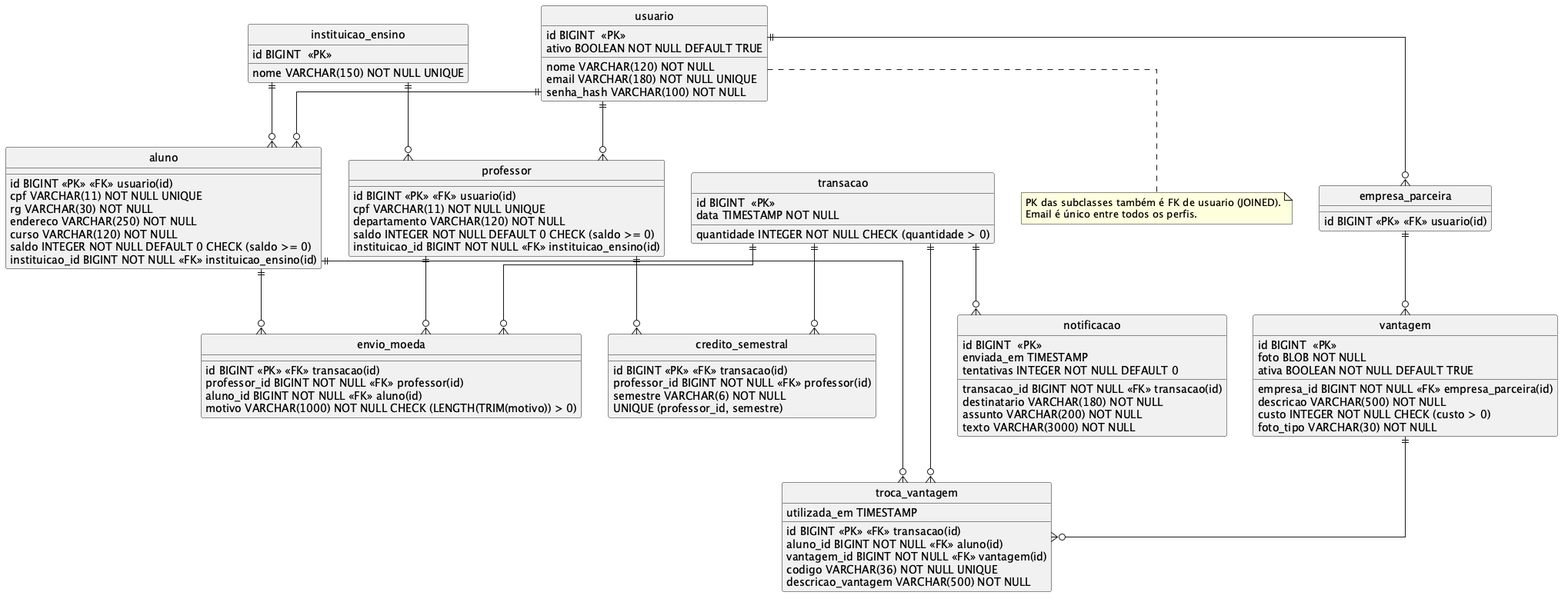
Earlier version of the PlantUML export docs/diagramas/modelo_er.png (lucasnmc12/lab03-moeda-estudantil). Source of this version:
```plantuml
@startuml modelo_er
hide circle
skinparam linetype ortho
skinparam shadowing false
entity instituicao_ensino {
  id BIGINT  <<PK>>
  nome VARCHAR(150) NOT NULL UNIQUE
}
entity usuario {
  id BIGINT  <<PK>>
  nome VARCHAR(120) NOT NULL
  email VARCHAR(180) NOT NULL UNIQUE
  senha_hash VARCHAR(100) NOT NULL
  ativo BOOLEAN NOT NULL DEFAULT TRUE
}
entity aluno {
  id BIGINT <<PK>> <<FK>> usuario(id)
  cpf VARCHAR(11) NOT NULL UNIQUE
  rg VARCHAR(30) NOT NULL
  endereco VARCHAR(250) NOT NULL
  curso VARCHAR(120) NOT NULL
  saldo INTEGER NOT NULL DEFAULT 0 CHECK (saldo >= 0)
  instituicao_id BIGINT NOT NULL <<FK>> instituicao_ensino(id)
}
usuario ||--o{ aluno
instituicao_ensino ||--o{ aluno
entity professor {
  id BIGINT <<PK>> <<FK>> usuario(id)
  cpf VARCHAR(11) NOT NULL UNIQUE
  departamento VARCHAR(120) NOT NULL
  saldo INTEGER NOT NULL DEFAULT 0 CHECK (saldo >= 0)
  instituicao_id BIGINT NOT NULL <<FK>> instituicao_ensino(id)
}
usuario ||--o{ professor
instituicao_ensino ||--o{ professor
entity empresa_parceira {
  id BIGINT <<PK>> <<FK>> usuario(id)
}
usuario ||--o{ empresa_parceira
entity vantagem {
  id BIGINT  <<PK>>
  empresa_id BIGINT NOT NULL <<FK>> empresa_parceira(id)
  descricao VARCHAR(500) NOT NULL
  custo INTEGER NOT NULL CHECK (custo > 0)
  foto BLOB NOT NULL
  foto_tipo VARCHAR(30) NOT NULL
  ativa BOOLEAN NOT NULL DEFAULT TRUE
}
empresa_parceira ||--o{ vantagem
entity transacao {
  id BIGINT  <<PK>>
  data TIMESTAMP NOT NULL
  quantidade INTEGER NOT NULL CHECK (quantidade > 0)
}
entity envio_moeda {
  id BIGINT <<PK>> <<FK>> transacao(id)
  professor_id BIGINT NOT NULL <<FK>> professor(id)
  aluno_id BIGINT NOT NULL <<FK>> aluno(id)
  motivo VARCHAR(1000) NOT NULL CHECK (LENGTH(TRIM(motivo)) > 0)
}
transacao ||--o{ envio_moeda
professor ||--o{ envio_moeda
aluno ||--o{ envio_moeda
entity troca_vantagem {
  id BIGINT <<PK>> <<FK>> transacao(id)
  aluno_id BIGINT NOT NULL <<FK>> aluno(id)
  vantagem_id BIGINT NOT NULL <<FK>> vantagem(id)
  codigo VARCHAR(36) NOT NULL UNIQUE
  descricao_vantagem VARCHAR(500) NOT NULL
  utilizada_em TIMESTAMP
}
transacao ||--o{ troca_vantagem
aluno ||--o{ troca_vantagem
vantagem ||--o{ troca_vantagem
entity credito_semestral {
  id BIGINT <<PK>> <<FK>> transacao(id)
  professor_id BIGINT NOT NULL <<FK>> professor(id)
  semestre VARCHAR(6) NOT NULL
  UNIQUE (professor_id, semestre)
}
transacao ||--o{ credito_semestral
professor ||--o{ credito_semestral
entity notificacao {
  id BIGINT  <<PK>>
  transacao_id BIGINT NOT NULL <<FK>> transacao(id)
  destinatario VARCHAR(180) NOT NULL
  assunto VARCHAR(200) NOT NULL
  texto VARCHAR(3000) NOT NULL
  enviada_em TIMESTAMP
  tentativas INTEGER NOT NULL DEFAULT 0
}
transacao ||--o{ notificacao
note bottom of usuario
PK das subclasses também é FK de usuario (JOINED).
Email é único entre todos os perfis.
end note
@enduml
```
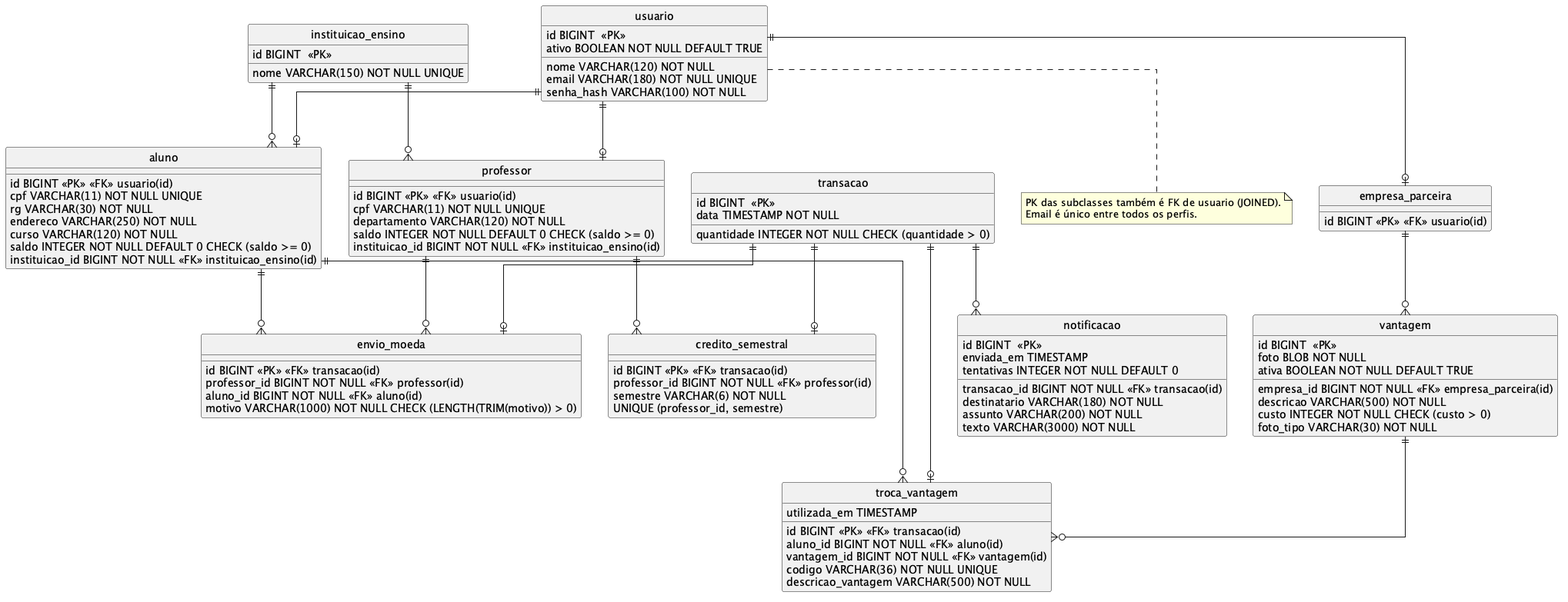
Later version of the same file.

The edit, as a diff of the source:
```diff
@@ -22,7 +22,7 @@
   saldo INTEGER NOT NULL DEFAULT 0 CHECK (saldo >= 0)
   instituicao_id BIGINT NOT NULL <<FK>> instituicao_ensino(id)
 }
-usuario ||--o{ aluno
+usuario ||--o| aluno
 instituicao_ensino ||--o{ aluno
 entity professor {
   id BIGINT <<PK>> <<FK>> usuario(id)
@@ -31,12 +31,12 @@
   saldo INTEGER NOT NULL DEFAULT 0 CHECK (saldo >= 0)
   instituicao_id BIGINT NOT NULL <<FK>> instituicao_ensino(id)
 }
-usuario ||--o{ professor
+usuario ||--o| professor
 instituicao_ensino ||--o{ professor
 entity empresa_parceira {
   id BIGINT <<PK>> <<FK>> usuario(id)
 }
-usuario ||--o{ empresa_parceira
+usuario ||--o| empresa_parceira
 entity vantagem {
   id BIGINT  <<PK>>
   empresa_id BIGINT NOT NULL <<FK>> empresa_parceira(id)
@@ -58,7 +58,7 @@
   aluno_id BIGINT NOT NULL <<FK>> aluno(id)
   motivo VARCHAR(1000) NOT NULL CHECK (LENGTH(TRIM(motivo)) > 0)
 }
-transacao ||--o{ envio_moeda
+transacao ||--o| envio_moeda
 professor ||--o{ envio_moeda
 aluno ||--o{ envio_moeda
 entity troca_vantagem {
@@ -69,7 +69,7 @@
   descricao_vantagem VARCHAR(500) NOT NULL
   utilizada_em TIMESTAMP
 }
-transacao ||--o{ troca_vantagem
+transacao ||--o| troca_vantagem
 aluno ||--o{ troca_vantagem
 vantagem ||--o{ troca_vantagem
 entity credito_semestral {
@@ -78,7 +78,7 @@
   semestre VARCHAR(6) NOT NULL
   UNIQUE (professor_id, semestre)
 }
-transacao ||--o{ credito_semestral
+transacao ||--o| credito_semestral
 professor ||--o{ credito_semestral
 entity notificacao {
   id BIGINT  <<PK>>
```
